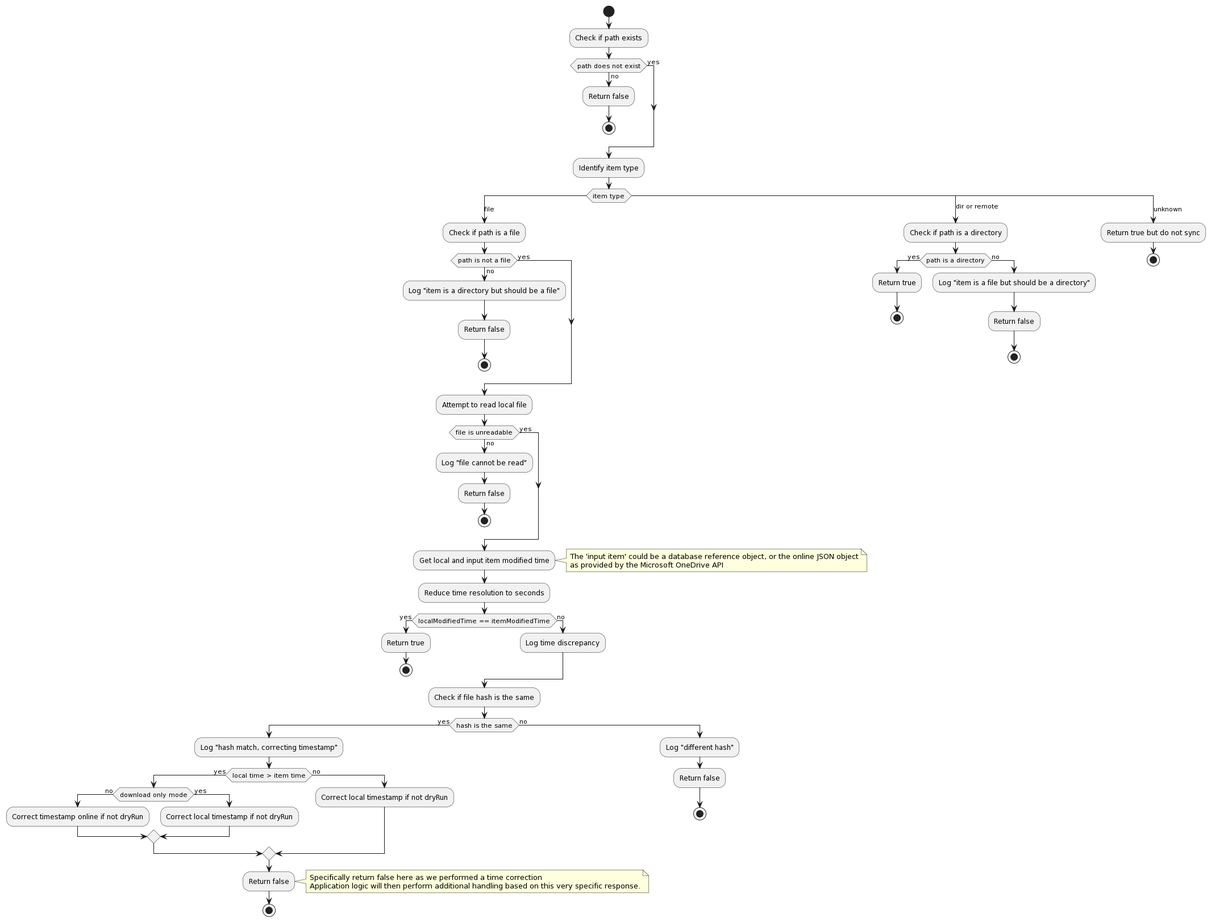
The PlantUML diagram docs/puml/is_item_in_sync.png in abraunegg/onedrive, before a commit. The source it was exported from:
```plantuml
@startuml
start

:Check if path exists;
if (path does not exist) then (no)
  :Return false;
  stop
else (yes)
endif

:Identify item type;
switch (item type)
case (file)

  :Check if path is a file;
  if (path is not a file) then (no)
    :Log "item is a directory but should be a file";
    :Return false;
    stop
  else (yes)
  endif

  :Attempt to read local file;
  if (file is unreadable) then (no)
    :Log "file cannot be read";
    :Return false;
    stop
  else (yes)
  endif

  :Get local and input item modified time;
  note right: The 'input item' could be a database reference object, or the online JSON object\nas provided by the Microsoft OneDrive API
  :Reduce time resolution to seconds;

  if (localModifiedTime == itemModifiedTime) then (yes)
    :Return true;
    stop
  else (no)
    :Log time discrepancy;
  endif

  :Check if file hash is the same;
  if (hash is the same) then (yes)
    :Log "hash match, correcting timestamp";
    if (local time > item time) then (yes)
      if (download only mode) then (no)
        :Correct timestamp online if not dryRun;
      else (yes)
        :Correct local timestamp if not dryRun;
      endif
    else (no)
      :Correct local timestamp if not dryRun;
    endif
    :Return false;
    note right: Specifically return false here as we performed a time correction\nApplication logic will then perform additional handling based on this very specific response.
    stop
  else (no)
    :Log "different hash";
    :Return false;
    stop
  endif

case (dir or remote)
  :Check if path is a directory;
  if (path is a directory) then (yes)
    :Return true;
    stop
  else (no)
    :Log "item is a file but should be a directory";
    :Return false;
    stop
  endif

case (unknown)
  :Return true but do not sync;
  stop
endswitch
@enduml
```
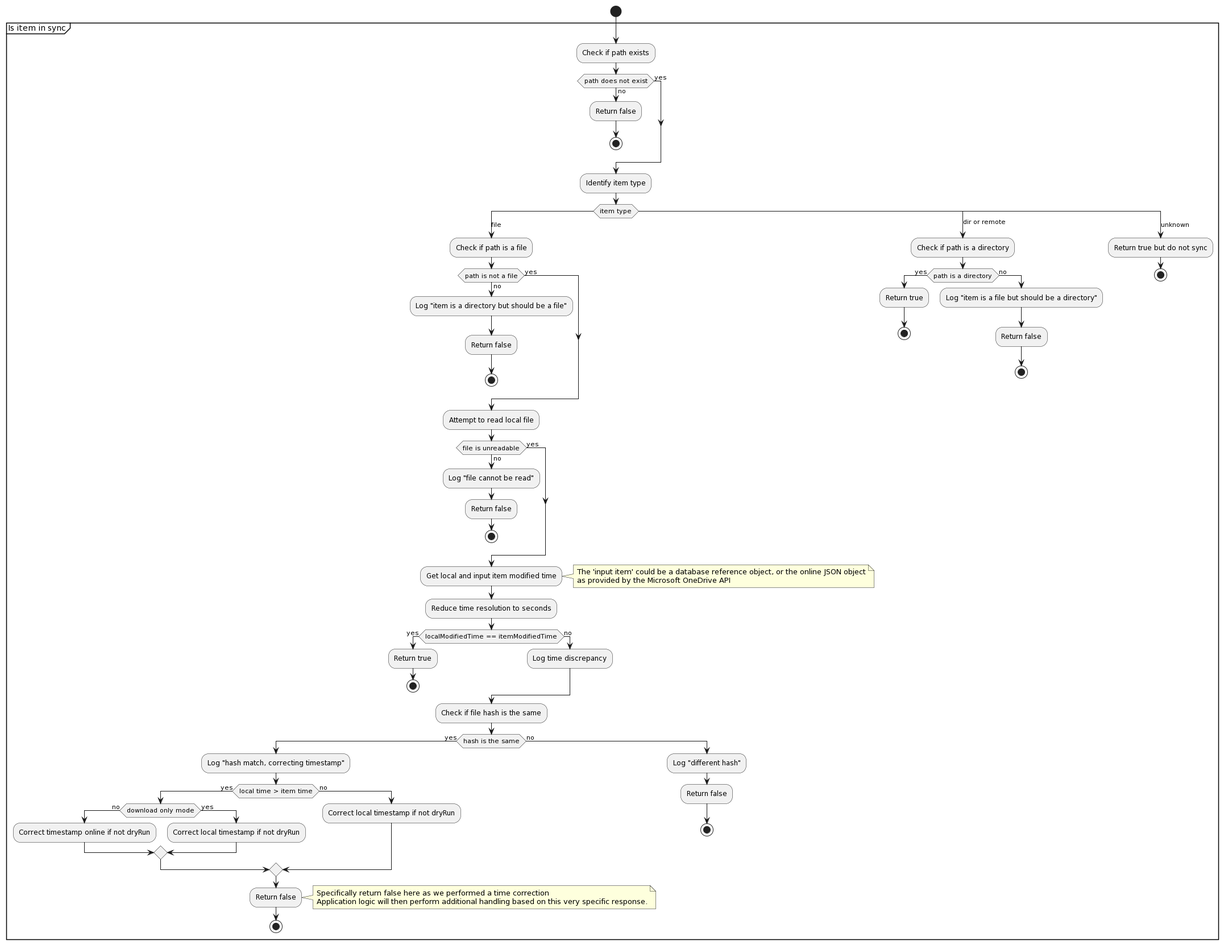
The same file after the commit.

Change to the diagram source:
```diff
@@ -1,78 +1,79 @@
 @startuml
 start
-
-:Check if path exists;
-if (path does not exist) then (no)
-  :Return false;
-  stop
-else (yes)
-endif
-
-:Identify item type;
-switch (item type)
-case (file)
-
-  :Check if path is a file;
-  if (path is not a file) then (no)
-    :Log "item is a directory but should be a file";
+partition "Is item in sync" {
+  :Check if path exists;
+  if (path does not exist) then (no)
     :Return false;
     stop
   else (yes)
   endif
 
-  :Attempt to read local file;
-  if (file is unreadable) then (no)
-    :Log "file cannot be read";
-    :Return false;
-    stop
-  else (yes)
-  endif
+  :Identify item type;
+  switch (item type)
+  case (file)
 
-  :Get local and input item modified time;
-  note right: The 'input item' could be a database reference object, or the online JSON object\nas provided by the Microsoft OneDrive API
-  :Reduce time resolution to seconds;
+    :Check if path is a file;
+    if (path is not a file) then (no)
+      :Log "item is a directory but should be a file";
+      :Return false;
+      stop
+    else (yes)
+    endif
 
-  if (localModifiedTime == itemModifiedTime) then (yes)
-    :Return true;
-    stop
-  else (no)
-    :Log time discrepancy;
-  endif
+    :Attempt to read local file;
+    if (file is unreadable) then (no)
+      :Log "file cannot be read";
+      :Return false;
+      stop
+    else (yes)
+    endif
 
-  :Check if file hash is the same;
-  if (hash is the same) then (yes)
-    :Log "hash match, correcting timestamp";
-    if (local time > item time) then (yes)
-      if (download only mode) then (no)
-        :Correct timestamp online if not dryRun;
-      else (yes)
+    :Get local and input item modified time;
+    note right: The 'input item' could be a database reference object, or the online JSON object\nas provided by the Microsoft OneDrive API
+    :Reduce time resolution to seconds;
+
+    if (localModifiedTime == itemModifiedTime) then (yes)
+      :Return true;
+      stop
+    else (no)
+      :Log time discrepancy;
+    endif
+
+    :Check if file hash is the same;
+    if (hash is the same) then (yes)
+      :Log "hash match, correcting timestamp";
+      if (local time > item time) then (yes)
+        if (download only mode) then (no)
+          :Correct timestamp online if not dryRun;
+        else (yes)
+          :Correct local timestamp if not dryRun;
+        endif
+      else (no)
         :Correct local timestamp if not dryRun;
       endif
+      :Return false;
+      note right: Specifically return false here as we performed a time correction\nApplication logic will then perform additional handling based on this very specific response.
+      stop
     else (no)
-      :Correct local timestamp if not dryRun;
+      :Log "different hash";
+      :Return false;
+      stop
     endif
-    :Return false;
-    note right: Specifically return false here as we performed a time correction\nApplication logic will then perform additional handling based on this very specific response.
+
+  case (dir or remote)
+    :Check if path is a directory;
+    if (path is a directory) then (yes)
+      :Return true;
+      stop
+    else (no)
+      :Log "item is a file but should be a directory";
+      :Return false;
+      stop
+    endif
+
+  case (unknown)
+    :Return true but do not sync;
     stop
-  else (no)
-    :Log "different hash";
-    :Return false;
-    stop
-  endif
-
-case (dir or remote)
-  :Check if path is a directory;
-  if (path is a directory) then (yes)
-    :Return true;
-    stop
-  else (no)
-    :Log "item is a file but should be a directory";
-    :Return false;
-    stop
-  endif
-
-case (unknown)
-  :Return true but do not sync;
-  stop
-endswitch
+  endswitch
+}
 @enduml
```
